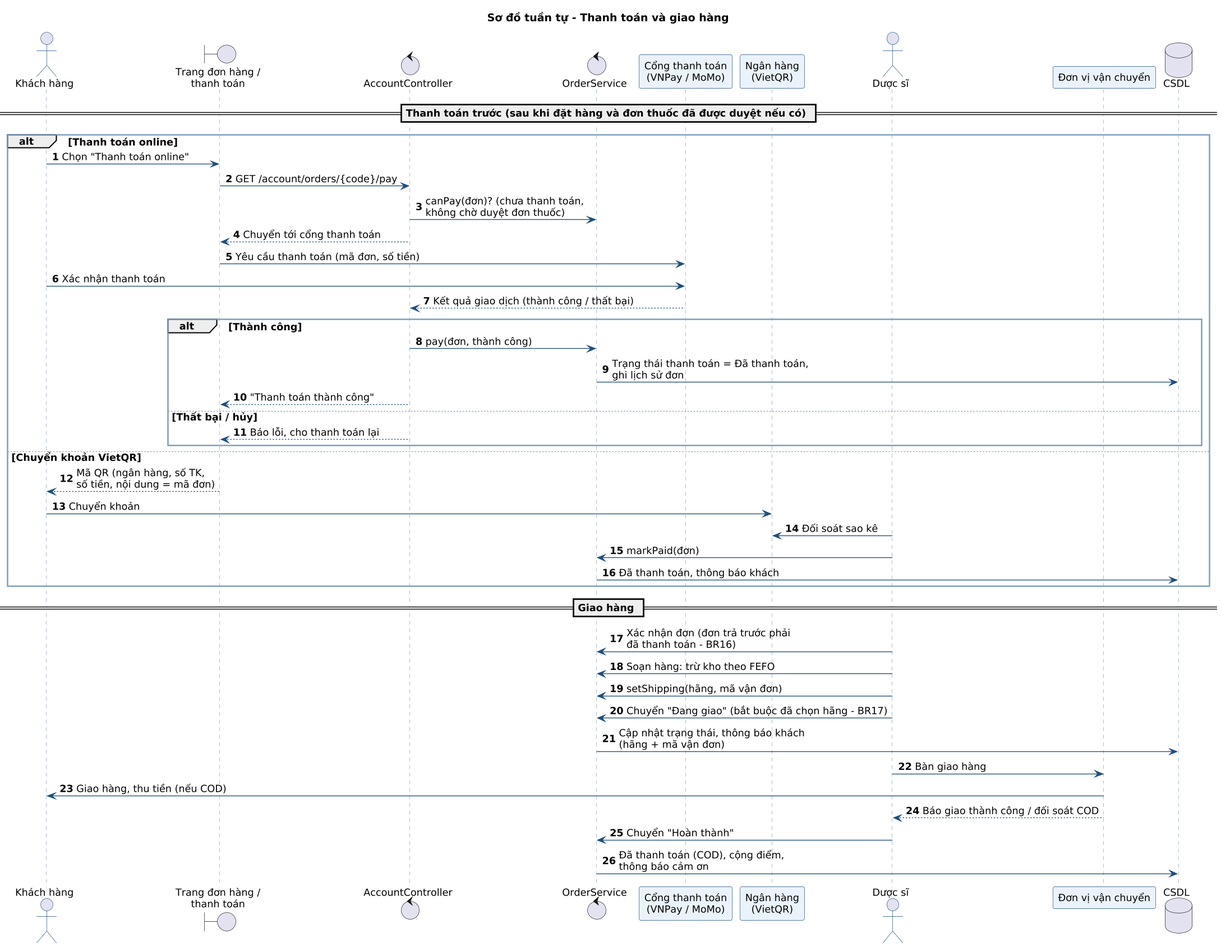
Above: docs/uml/sd-thanh-toan.png in ngocanh82205/Hieuthuoc (PlantUML), before the change. Source of this version:
```plantuml
@startuml sd-thanh-toan
!include _style.iuml
autonumber
title Sơ đồ tuần tự - Thanh toán và giao hàng
actor "Khách hàng" as C
boundary "Trang đơn hàng /\nthanh toán" as UI
control "AccountController" as AC
control "OrderService" as OS
participant "Cổng thanh toán\n(VNPay / MoMo)" as PG
participant "Ngân hàng\n(VietQR)" as BANK
actor "Dược sĩ" as P
participant "Đơn vị vận chuyển" as SH
database "CSDL" as DB

== Thanh toán trước (sau khi đặt hàng và đơn thuốc đã được duyệt nếu có) ==
alt Thanh toán online
  C -> UI : Chọn "Thanh toán online"
  UI -> AC : GET /account/orders/{code}/pay
  AC -> OS : canPay(đơn)? (chưa thanh toán,\nkhông chờ duyệt đơn thuốc)
  AC --> UI : Chuyển tới cổng thanh toán
  UI -> PG : Yêu cầu thanh toán (mã đơn, số tiền)
  C -> PG : Xác nhận thanh toán
  PG --> AC : Kết quả giao dịch (thành công / thất bại)
  alt Thành công
    AC -> OS : pay(đơn, thành công)
    OS -> DB : Trạng thái thanh toán = Đã thanh toán,\nghi lịch sử đơn
    AC --> UI : "Thanh toán thành công"
  else Thất bại / hủy
    AC --> UI : Báo lỗi, cho thanh toán lại
  end
else Chuyển khoản VietQR
  UI --> C : Mã QR (ngân hàng, số TK,\nsố tiền, nội dung = mã đơn)
  C -> BANK : Chuyển khoản
  P -> BANK : Đối soát sao kê
  P -> OS : markPaid(đơn)
  OS -> DB : Đã thanh toán, thông báo khách
end

== Giao hàng ==
P -> OS : Xác nhận đơn (đơn trả trước phải\nđã thanh toán - BR16)
P -> OS : Soạn hàng: trừ kho theo FEFO
P -> OS : setShipping(hãng, mã vận đơn)
P -> OS : Chuyển "Đang giao" (bắt buộc đã chọn hãng - BR17)
OS -> DB : Cập nhật trạng thái, thông báo khách\n(hãng + mã vận đơn)
P -> SH : Bàn giao hàng
SH -> C : Giao hàng, thu tiền (nếu COD)
SH --> P : Báo giao thành công / đối soát COD
P -> OS : Chuyển "Hoàn thành"
OS -> DB : Đã thanh toán (COD), cộng điểm,\nthông báo cảm ơn
@enduml
```
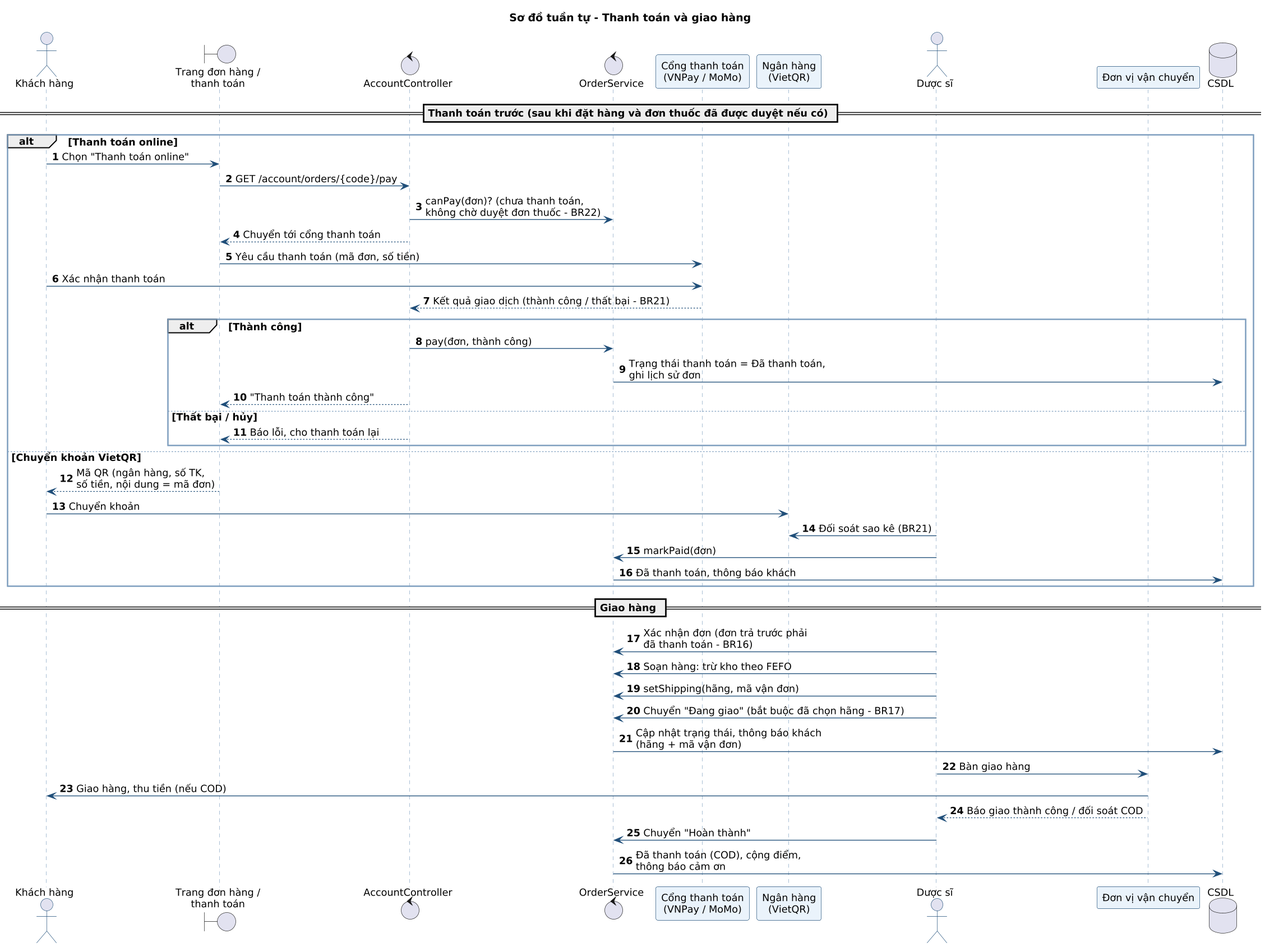
The same diagram one commit later.

Commit message:
Sơ đồ UML: cập nhật mã quy tắc nghiệp vụ sau khi thêm BR21, BR22

What changed in the source:
```diff
@@ -16,11 +16,11 @@
 alt Thanh toán online
   C -> UI : Chọn "Thanh toán online"
   UI -> AC : GET /account/orders/{code}/pay
-  AC -> OS : canPay(đơn)? (chưa thanh toán,\nkhông chờ duyệt đơn thuốc)
+  AC -> OS : canPay(đơn)? (chưa thanh toán,\nkhông chờ duyệt đơn thuốc - BR22)
   AC --> UI : Chuyển tới cổng thanh toán
   UI -> PG : Yêu cầu thanh toán (mã đơn, số tiền)
   C -> PG : Xác nhận thanh toán
-  PG --> AC : Kết quả giao dịch (thành công / thất bại)
+  PG --> AC : Kết quả giao dịch (thành công / thất bại - BR21)
   alt Thành công
     AC -> OS : pay(đơn, thành công)
     OS -> DB : Trạng thái thanh toán = Đã thanh toán,\nghi lịch sử đơn
@@ -31,7 +31,7 @@
 else Chuyển khoản VietQR
   UI --> C : Mã QR (ngân hàng, số TK,\nsố tiền, nội dung = mã đơn)
   C -> BANK : Chuyển khoản
-  P -> BANK : Đối soát sao kê
+  P -> BANK : Đối soát sao kê (BR21)
   P -> OS : markPaid(đơn)
   OS -> DB : Đã thanh toán, thông báo khách
 end
```
